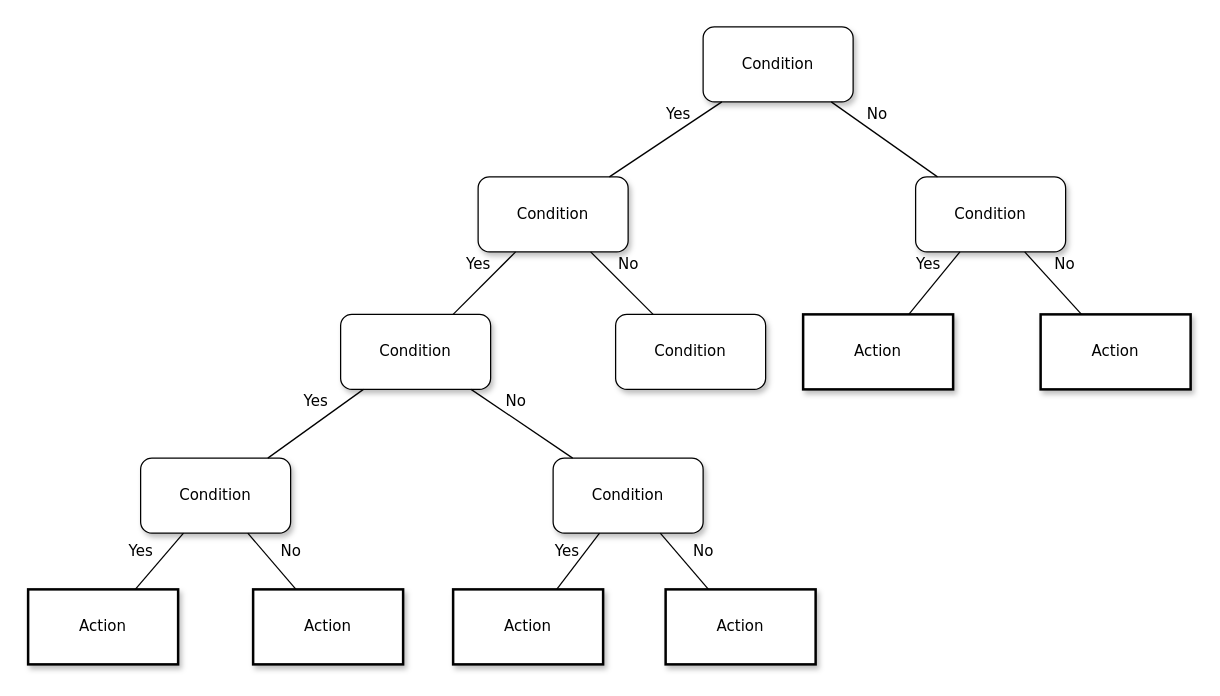
Before: Untitled Diagram.drawio in Alfthrpy/Iseng, a draw.io diagram. Source tidied: cells renumbered, new cells numbered last; positions are measured from the earlier drawing's top-left corner, leaving out a move shared by most shapes. Both pictures are drawn from the tidied source at 125%, with x=0, y=0 at pixel (28, 26).
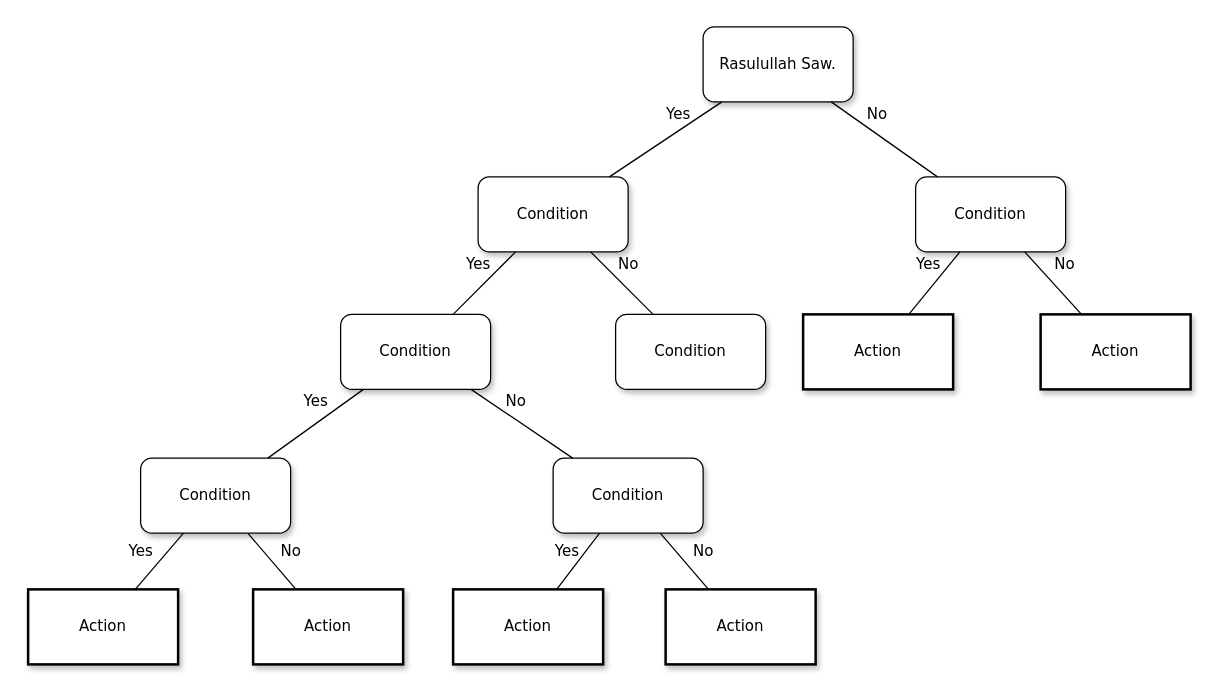
The same page after the edit.

Diff of the diagram source:
```diff
@@
-    <mxCell id="2" value="Condition" style="whiteSpace=wrap;html=1;rounded=1;shadow=1;labelBackgroundColor=none;strokeWidth=1;fontFamily=Verdana;fontSize=12;align=center;" parent="1" vertex="1">
+    <mxCell id="2" value="Rasulullah Saw." style="whiteSpace=wrap;html=1;rounded=1;shadow=1;labelBackgroundColor=none;strokeWidth=1;fontFamily=Verdana;fontSize=12;align=center;" parent="1" vertex="1">
       <mxGeometry x="540" width="120" height="60" as="geometry" />
     </mxCell>
```
